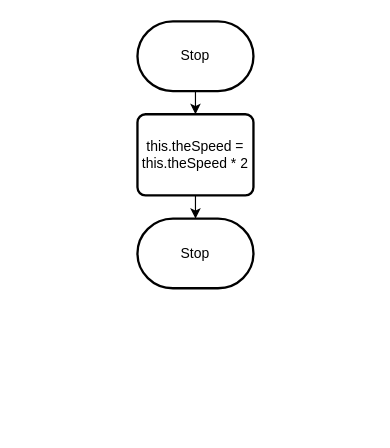
Above: 6/design/flowchart.drawio in Dominic-Madeira/ICS4U-Unit-2 (draw.io), before the change. Source tidied: cells renumbered, new cells numbered last; positions are measured from the earlier drawing's top-left corner, leaving out a move shared by most shapes. Both pictures are drawn from the tidied source at 116%, with x=0, y=0 at pixel (137, 21).
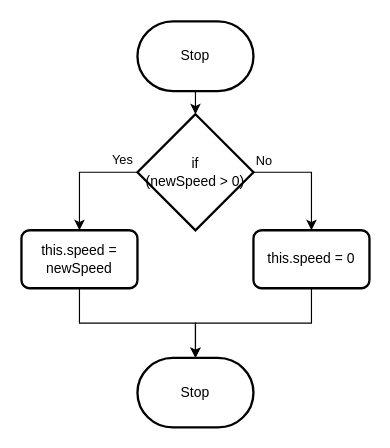
After the change.

What changed in the source:
```diff
@@
 <mxGraphModel>
   <root>
     <mxCell id="0" />
     <mxCell id="1" parent="0" />
-    <mxCell id="2" style="edgeStyle=none;html=1;entryX=0.5;entryY=0;entryDx=0;entryDy=0;" parent="1" edge="1" source="3" target="5">
-      <mxGeometry relative="1" as="geometry" />
+    <mxCell id="2" style="edgeStyle=elbowEdgeStyle;html=1;entryX=0.5;entryY=0;entryDx=0;entryDy=0;strokeColor=default;rounded=0;" parent="1" edge="1" source="3">
+      <mxGeometry relative="1" as="geometry">
+        <mxPoint x="50" y="80" as="targetPoint" />
+      </mxGeometry>
     </mxCell>
     <mxCell id="3" value="Stop" style="strokeWidth=2;html=1;shape=mxgraph.flowchart.terminator;whiteSpace=wrap;" parent="1" vertex="1">
       <mxGeometry width="100" height="60" as="geometry" />
     </mxCell>
-    <mxCell id="4" style="edgeStyle=none;html=1;" parent="1" edge="1" source="5" target="6">
-      <mxGeometry relative="1" as="geometry" />
-    </mxCell>
-    <mxCell id="5" value="this.theSpeed = this.theSpeed * 2" style="rounded=1;whiteSpace=wrap;html=1;absoluteArcSize=1;arcSize=14;strokeWidth=2;" parent="1" vertex="1">
-      <mxGeometry y="80" width="100" height="70" as="geometry" />
-    </mxCell>
     <mxCell id="6" value="Stop" style="strokeWidth=2;html=1;shape=mxgraph.flowchart.terminator;whiteSpace=wrap;" parent="1" vertex="1">
-      <mxGeometry y="170" width="100" height="60" as="geometry" />
+      <mxGeometry y="290" width="100" height="60" as="geometry" />
     </mxCell>
+    <mxCell id="7" style="edgeStyle=elbowEdgeStyle;shape=connector;rounded=0;html=1;entryX=0.5;entryY=0;entryDx=0;entryDy=0;labelBackgroundColor=default;strokeColor=default;fontFamily=Helvetica;fontSize=11;fontColor=default;endArrow=classic;" parent="1" edge="1" source="9" target="11">
+      <mxGeometry relative="1" as="geometry">
+        <Array as="points">
+          <mxPoint x="150" y="130" />
+        </Array>
+      </mxGeometry>
+    </mxCell>
+    <mxCell id="8" style="edgeStyle=elbowEdgeStyle;shape=connector;rounded=0;html=1;entryX=0.5;entryY=0;entryDx=0;entryDy=0;labelBackgroundColor=default;strokeColor=default;fontFamily=Helvetica;fontSize=11;fontColor=default;endArrow=classic;exitX=0;exitY=0.5;exitDx=0;exitDy=0;exitPerimeter=0;" parent="1" edge="1" source="9" target="13">
+      <mxGeometry relative="1" as="geometry">
+        <Array as="points">
+          <mxPoint x="-50" y="130" />
+        </Array>
+      </mxGeometry>
+    </mxCell>
+    <mxCell id="9" value="if&lt;br&gt;(newSpeed &amp;gt; 0)" style="strokeWidth=2;html=1;shape=mxgraph.flowchart.decision;whiteSpace=wrap;" parent="1" vertex="1">
+      <mxGeometry y="80" width="100" height="100" as="geometry" />
+    </mxCell>
+    <mxCell id="10" style="edgeStyle=elbowEdgeStyle;shape=connector;rounded=0;html=1;labelBackgroundColor=default;strokeColor=default;fontFamily=Helvetica;fontSize=11;fontColor=default;endArrow=classic;" parent="1" edge="1" source="11" target="6">
+      <mxGeometry relative="1" as="geometry" />
+    </mxCell>
+    <mxCell id="11" value="this.speed = 0" style="rounded=1;whiteSpace=wrap;html=1;absoluteArcSize=1;arcSize=14;strokeWidth=2;" parent="1" vertex="1">
+      <mxGeometry x="100" y="180" width="100" height="50" as="geometry" />
+    </mxCell>
+    <mxCell id="12" style="edgeStyle=elbowEdgeStyle;shape=connector;rounded=0;html=1;labelBackgroundColor=default;strokeColor=default;fontFamily=Helvetica;fontSize=11;fontColor=default;endArrow=classic;" parent="1" edge="1" source="13" target="6">
+      <mxGeometry relative="1" as="geometry" />
+    </mxCell>
+    <mxCell id="13" value="this.speed = newSpeed" style="rounded=1;whiteSpace=wrap;html=1;absoluteArcSize=1;arcSize=14;strokeWidth=2;" parent="1" vertex="1">
+      <mxGeometry x="-100" y="180" width="100" height="50" as="geometry" />
+    </mxCell>
+    <mxCell id="14" value="Yes" style="text;html=1;align=center;verticalAlign=middle;strokeColor=none;fillColor=none;fontSize=11;fontFamily=Helvetica;fontColor=default;" parent="1" vertex="1">
+      <mxGeometry x="-33" y="104" width="40" height="30" as="geometry" />
+    </mxCell>
+    <mxCell id="15" value="No" style="text;html=1;align=center;verticalAlign=middle;strokeColor=none;fillColor=none;fontSize=11;fontFamily=Helvetica;fontColor=default;" parent="1" vertex="1">
+      <mxGeometry x="89" y="105" width="40" height="30" as="geometry" />
+    </mxCell>
   </root>
 </mxGraphModel>
```
